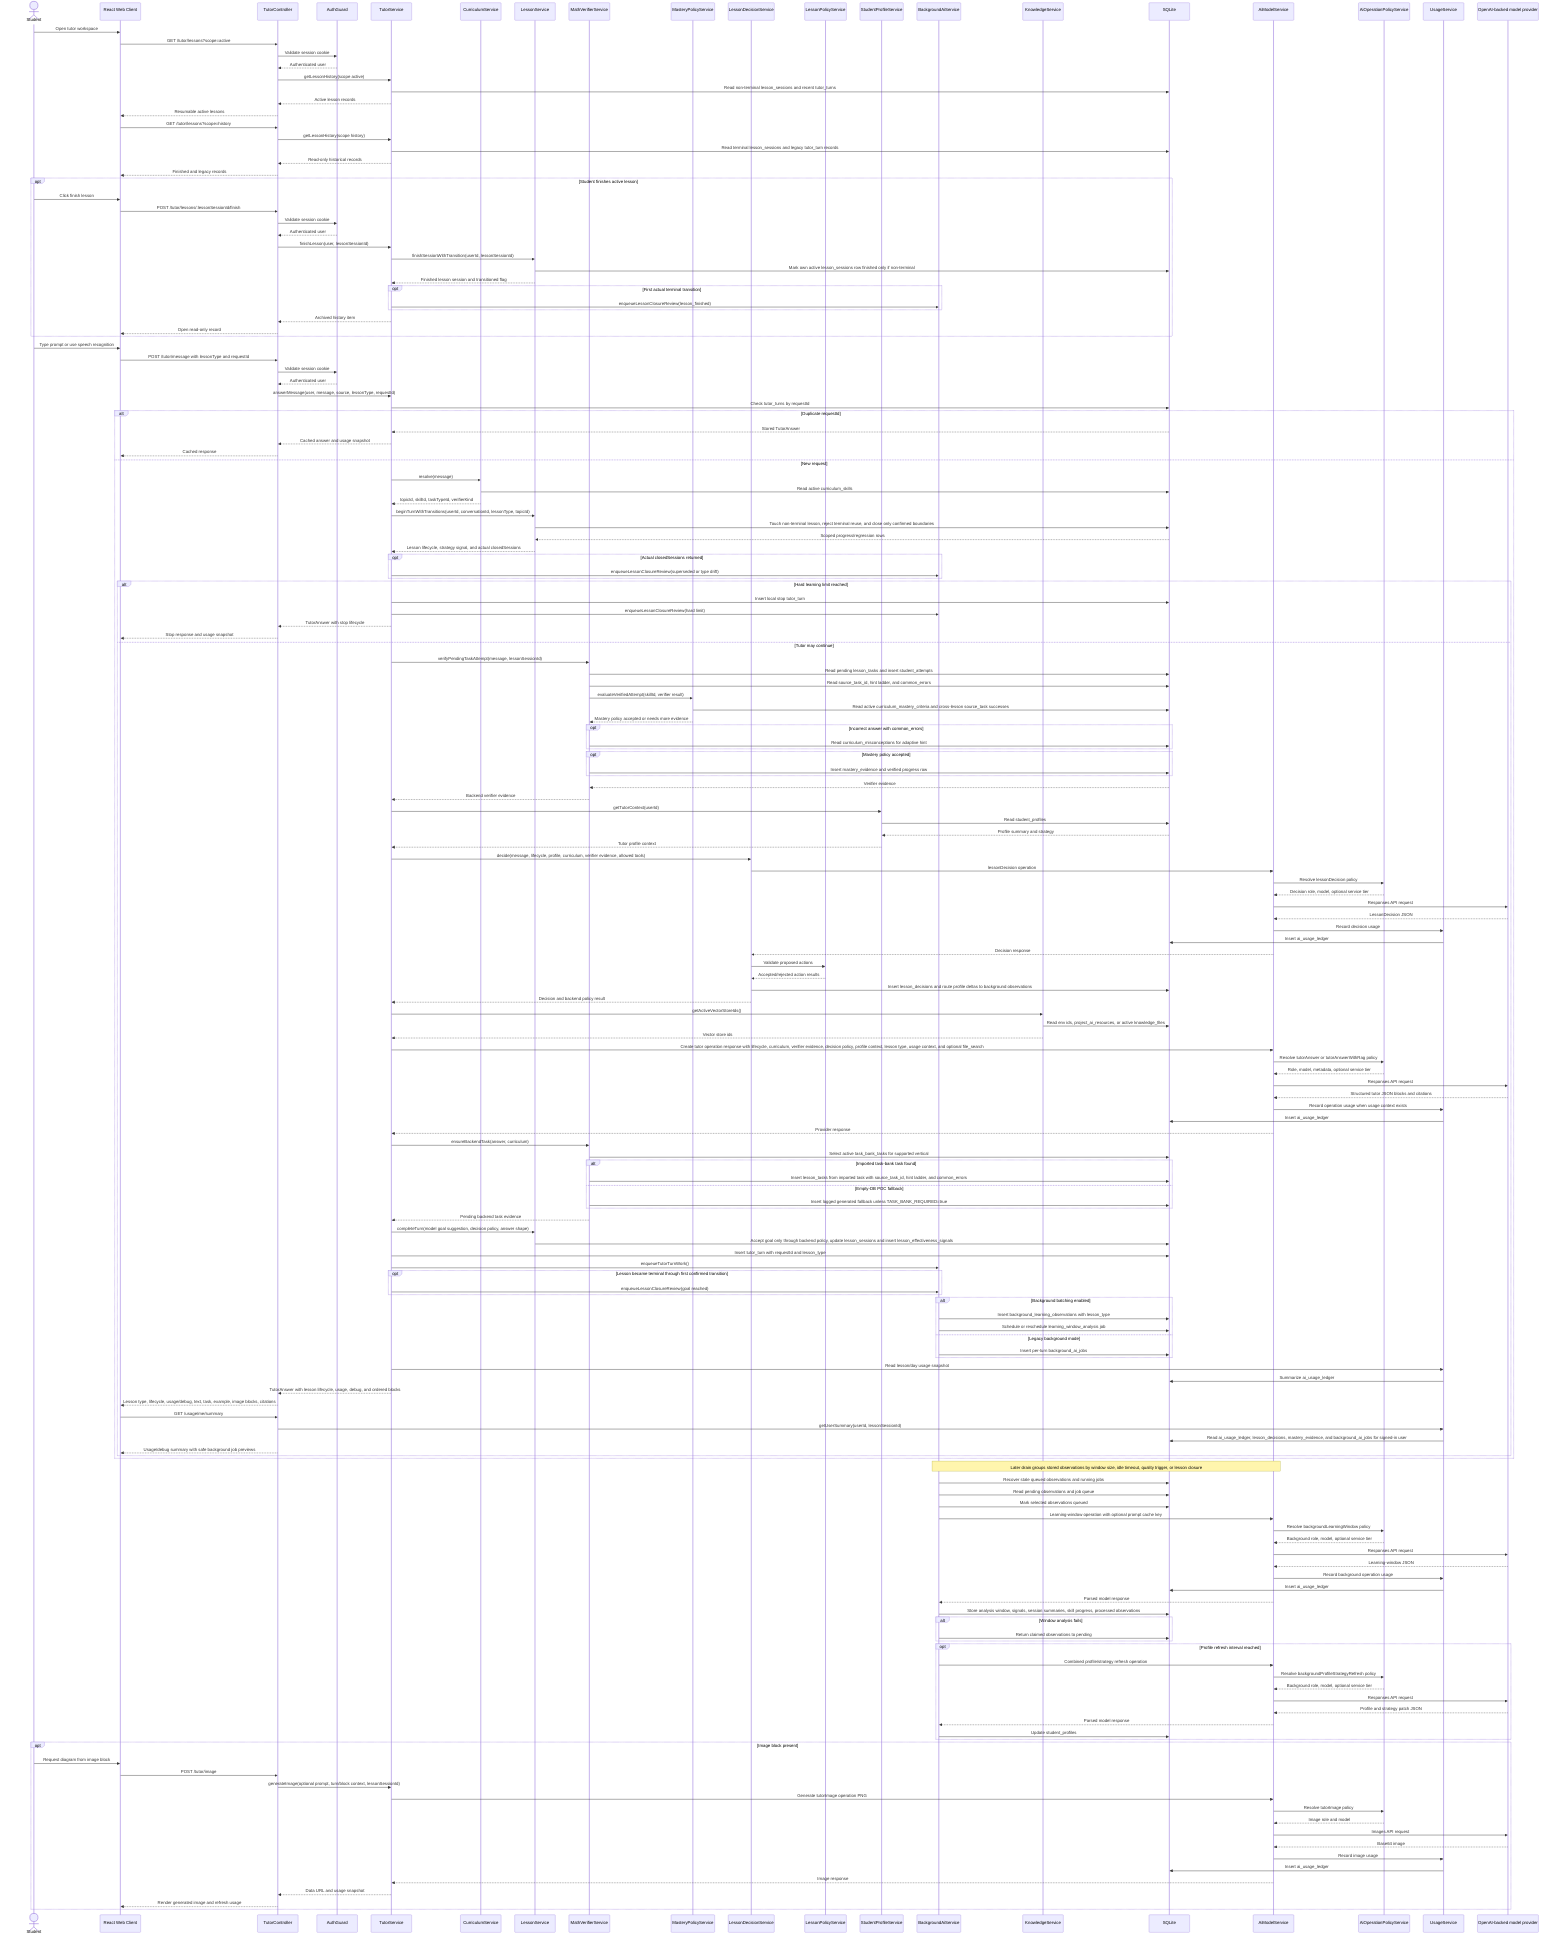
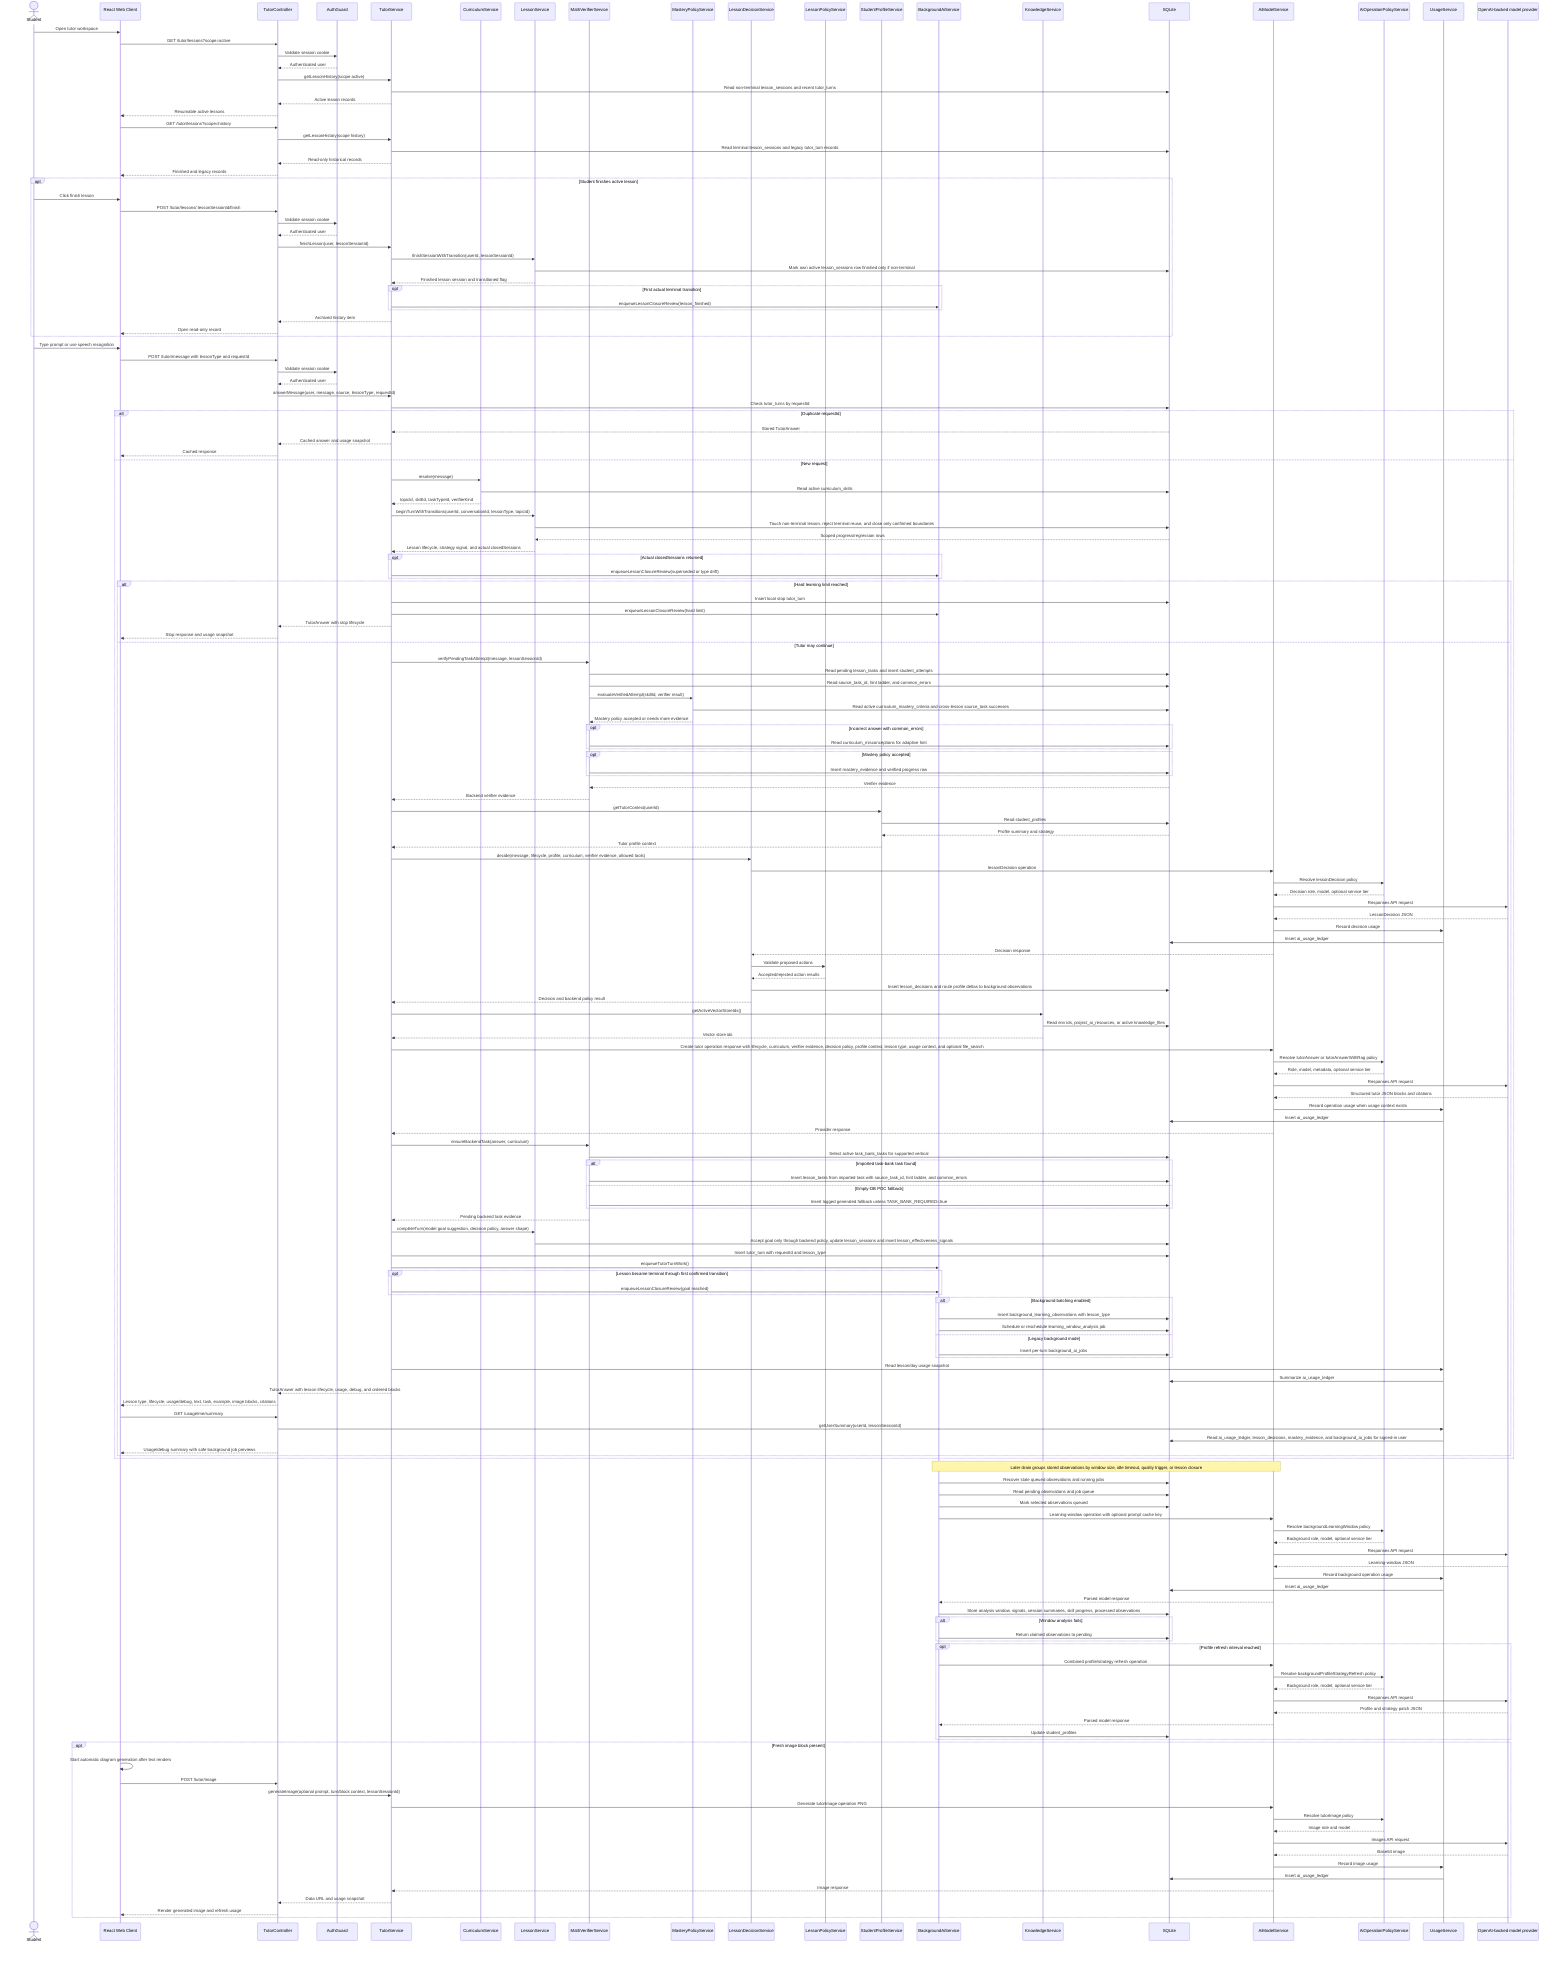
sequenceDiagram
  actor Student
  participant Web as React Web Client
  participant API as TutorController
  participant Auth as AuthGuard
  participant Tutor as TutorService
  participant Curriculum as CurriculumService
  participant Lesson as LessonService
  participant Verifier as MathVerifierService
  participant MasteryPolicy as MasteryPolicyService
  participant Decision as LessonDecisionService
  participant LessonPolicy as LessonPolicyService
  participant Profile as StudentProfileService
  participant Background as BackgroundAiService
  participant Knowledge as KnowledgeService
  participant DB as SQLite
  participant AIModel as AiModelService
  participant Policy as AiOperationPolicyService
  participant Usage as UsageService
  participant OpenAI as OpenAI-backed model provider

  Student->>Web: Open tutor workspace
  Web->>API: GET /tutor/lessons?scope=active
  API->>Auth: Validate session cookie
  Auth-->>API: Authenticated user
  API->>Tutor: getLessonHistory(scope active)
  Tutor->>DB: Read non-terminal lesson_sessions and recent tutor_turns
  Tutor-->>API: Active lesson records
  API-->>Web: Resumable active lessons
  Web->>API: GET /tutor/lessons?scope=history
  API->>Tutor: getLessonHistory(scope history)
  Tutor->>DB: Read terminal lesson_sessions and legacy tutor_turn records
  Tutor-->>API: Read-only historical records
  API-->>Web: Finished and legacy records
  opt Student finishes active lesson
    Student->>Web: Click finish lesson
    Web->>API: POST /tutor/lessons/:lessonSessionId/finish
    API->>Auth: Validate session cookie
    Auth-->>API: Authenticated user
    API->>Tutor: finishLesson(user, lessonSessionId)
    Tutor->>Lesson: finishSessionWithTransition(userId, lessonSessionId)
    Lesson->>DB: Mark own active lesson_sessions row finished only if non-terminal
    Lesson-->>Tutor: Finished lesson session and transitioned flag
    opt First actual terminal transition
      Tutor->>Background: enqueueLessonClosureReview(lesson_finished)
    end
    Tutor-->>API: Archived history item
    API-->>Web: Open read-only record
  end

  Student->>Web: Type prompt or use speech recognition
  Web->>API: POST /tutor/message with lessonType and requestId
  API->>Auth: Validate session cookie
  Auth-->>API: Authenticated user
  API->>Tutor: answerMessage(user, message, source, lessonType, requestId)
  Tutor->>DB: Check tutor_turns by requestId
  alt Duplicate requestId
    DB-->>Tutor: Stored TutorAnswer
    Tutor-->>API: Cached answer and usage snapshot
    API-->>Web: Cached response
  else New request
  Tutor->>Curriculum: resolve(message)
  Curriculum->>DB: Read active curriculum_skills
  Curriculum-->>Tutor: topicId, skillId, taskTypeId, verifierKind
  Tutor->>Lesson: beginTurnWithTransitions(userId, conversationId, lessonType, topicId)
  Lesson->>DB: Touch non-terminal lesson, reject terminal reuse, and close only confirmed boundaries
  DB-->>Lesson: Scoped progress/regression rows
  Lesson-->>Tutor: Lesson lifecycle, strategy signal, and actual closedSessions
  opt Actual closedSessions returned
    Tutor->>Background: enqueueLessonClosureReview(superseded or type drift)
  end
  alt Hard learning limit reached
    Tutor->>DB: Insert local stop tutor_turn
    Tutor->>Background: enqueueLessonClosureReview(hard limit)
    Tutor-->>API: TutorAnswer with stop lifecycle
    API-->>Web: Stop response and usage snapshot
  else Tutor may continue
  Tutor->>Verifier: verifyPendingTaskAttempt(message, lessonSessionId)
  Verifier->>DB: Read pending lesson_tasks and insert student_attempts
  Verifier->>DB: Read source_task_id, hint ladder, and common_errors
  Verifier->>MasteryPolicy: evaluateVerifiedAttempt(skillId, verifier result)
  MasteryPolicy->>DB: Read active curriculum_mastery_criteria and cross-lesson source_task successes
  MasteryPolicy-->>Verifier: Mastery policy accepted or needs more evidence
  opt Incorrect answer with common_errors
    Verifier->>DB: Read curriculum_misconceptions for adaptive hint
  end
  opt Mastery policy accepted
    Verifier->>DB: Insert mastery_evidence and verified progress row
  end
  DB-->>Verifier: Verifier evidence
  Verifier-->>Tutor: Backend verifier evidence
  Tutor->>Profile: getTutorContext(userId)
  Profile->>DB: Read student_profiles
  DB-->>Profile: Profile summary and strategy
  Profile-->>Tutor: Tutor profile context
  Tutor->>Decision: decide(message, lifecycle, profile, curriculum, verifier evidence, allowed tools)
  Decision->>AIModel: lessonDecision operation
  AIModel->>Policy: Resolve lessonDecision policy
  Policy-->>AIModel: Decision role, model, optional service tier
  AIModel->>OpenAI: Responses API request
  OpenAI-->>AIModel: LessonDecision JSON
  AIModel->>Usage: Record decision usage
  Usage->>DB: Insert ai_usage_ledger
  AIModel-->>Decision: Decision response
  Decision->>LessonPolicy: Validate proposed actions
  LessonPolicy-->>Decision: Accepted/rejected action results
  Decision->>DB: Insert lesson_decisions and route profile deltas to background observations
  Decision-->>Tutor: Decision and backend policy result
  Tutor->>Knowledge: getActiveVectorStoreIds()
  Knowledge->>DB: Read env ids, project_ai_resources, or active knowledge_files
  Knowledge-->>Tutor: Vector store ids
  Tutor->>AIModel: Create tutor operation response with lifecycle, curriculum, verifier evidence, decision policy, profile context, lesson type, usage context, and optional file_search
  AIModel->>Policy: Resolve tutorAnswer or tutorAnswerWithRag policy
  Policy-->>AIModel: Role, model, metadata, optional service tier
  AIModel->>OpenAI: Responses API request
  OpenAI-->>AIModel: Structured tutor JSON blocks and citations
  AIModel->>Usage: Record operation usage when usage context exists
  Usage->>DB: Insert ai_usage_ledger
  AIModel-->>Tutor: Provider response
  Tutor->>Verifier: ensureBackendTask(answer, curriculum)
  Verifier->>DB: Select active task_bank_tasks for supported vertical
  alt Imported task-bank task found
    Verifier->>DB: Insert lesson_tasks from imported task with source_task_id, hint ladder, and common_errors
  else Empty-DB POC fallback
    Verifier->>DB: Insert logged generated fallback unless TASK_BANK_REQUIRED=true
  end
  Verifier-->>Tutor: Pending backend task evidence
  Tutor->>Lesson: completeTurn(model goal suggestion, decision policy, answer shape)
  Lesson->>DB: Accept goal only through backend policy, update lesson_sessions and insert lesson_effectiveness_signals
  Tutor->>DB: Insert tutor_turn with requestId and lesson_type
  Tutor->>Background: enqueueTutorTurnWork()
  opt Lesson became terminal through first confirmed transition
    Tutor->>Background: enqueueLessonClosureReview(goal reached)
  end
  alt Background batching enabled
    Background->>DB: Insert background_learning_observations with lesson_type
    Background->>DB: Schedule or reschedule learning_window_analysis job
  else Legacy background mode
    Background->>DB: Insert per-turn background_ai_jobs
  end
  Tutor->>Usage: Read lesson/day usage snapshot
  Usage->>DB: Summarize ai_usage_ledger
  Tutor-->>API: TutorAnswer with lesson lifecycle, usage, debug, and ordered blocks
  API-->>Web: Lesson type, lifecycle, usage/debug, text, task, example, image blocks, citations
  Web->>API: GET /usage/me/summary
  API->>Usage: getUserSummary(userId, lessonSessionId)
  Usage->>DB: Read ai_usage_ledger, lesson_decisions, mastery_evidence, and background_ai_jobs for signed-in user
  API-->>Web: Usage/debug summary with safe background job previews
  end
  end
  Note over Background,AIModel: Later drain groups stored observations by window size, idle timeout, quality trigger, or lesson closure
  Background->>DB: Recover stale queued observations and running jobs
  Background->>DB: Read pending observations and job queue
  Background->>DB: Mark selected observations queued
  Background->>AIModel: Learning-window operation with optional prompt cache key
  AIModel->>Policy: Resolve backgroundLearningWindow policy
  Policy-->>AIModel: Background role, model, optional service tier
  AIModel->>OpenAI: Responses API request
  OpenAI-->>AIModel: Learning-window JSON
  AIModel->>Usage: Record background operation usage
  Usage->>DB: Insert ai_usage_ledger
  AIModel-->>Background: Parsed model response
  Background->>DB: Store analysis window, signals, session summaries, skill progress, processed observations
  alt Window analysis fails
    Background->>DB: Return claimed observations to pending
  end
  opt Profile refresh interval reached
    Background->>AIModel: Combined profile/strategy refresh operation
    AIModel->>Policy: Resolve backgroundProfileStrategyRefresh policy
    Policy-->>AIModel: Background role, model, optional service tier
    AIModel->>OpenAI: Responses API request
    OpenAI-->>AIModel: Profile and strategy patch JSON
    AIModel-->>Background: Parsed model response
    Background->>DB: Update student_profiles
  end
-   opt Image block present
-     Student->>Web: Request diagram from image block
+   opt Fresh image block present
+     Web->>Web: Start automatic diagram generation after text renders
    Web->>API: POST /tutor/image
    API->>Tutor: generateImage(optional prompt, turn/block context, lessonSessionId)
    Tutor->>AIModel: Generate tutorImage operation PNG
    AIModel->>Policy: Resolve tutorImage policy
    Policy-->>AIModel: Image role and model
    AIModel->>OpenAI: Images API request
    OpenAI-->>AIModel: Base64 image
    AIModel->>Usage: Record image usage
    Usage->>DB: Insert ai_usage_ledger
    AIModel-->>Tutor: Image response
    Tutor-->>API: Data URL and usage snapshot
    API-->>Web: Render generated image and refresh usage
  end
